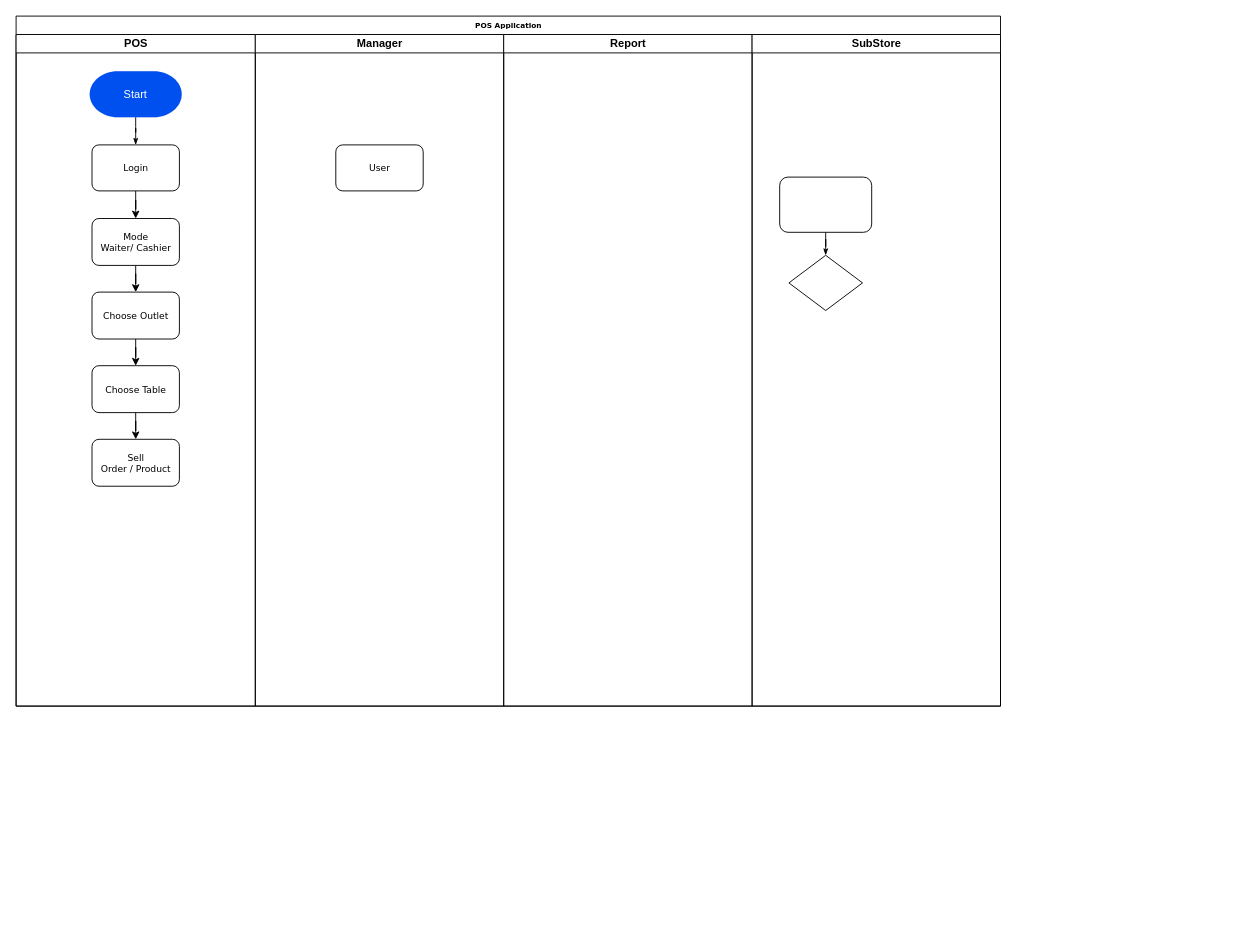
Earlier version of the draw.io diagram แบบแผนที่ยังไม่ได้ตั้งชื่อ.drawio (00Sparda00/POS-Algorithm). Source tidied: cells renumbered, new cells numbered last; positions are measured from the earlier drawing's top-left corner, leaving out a move shared by most shapes. Both pictures are drawn from the tidied source at 92%, with x=0, y=0 at pixel (16, 16).
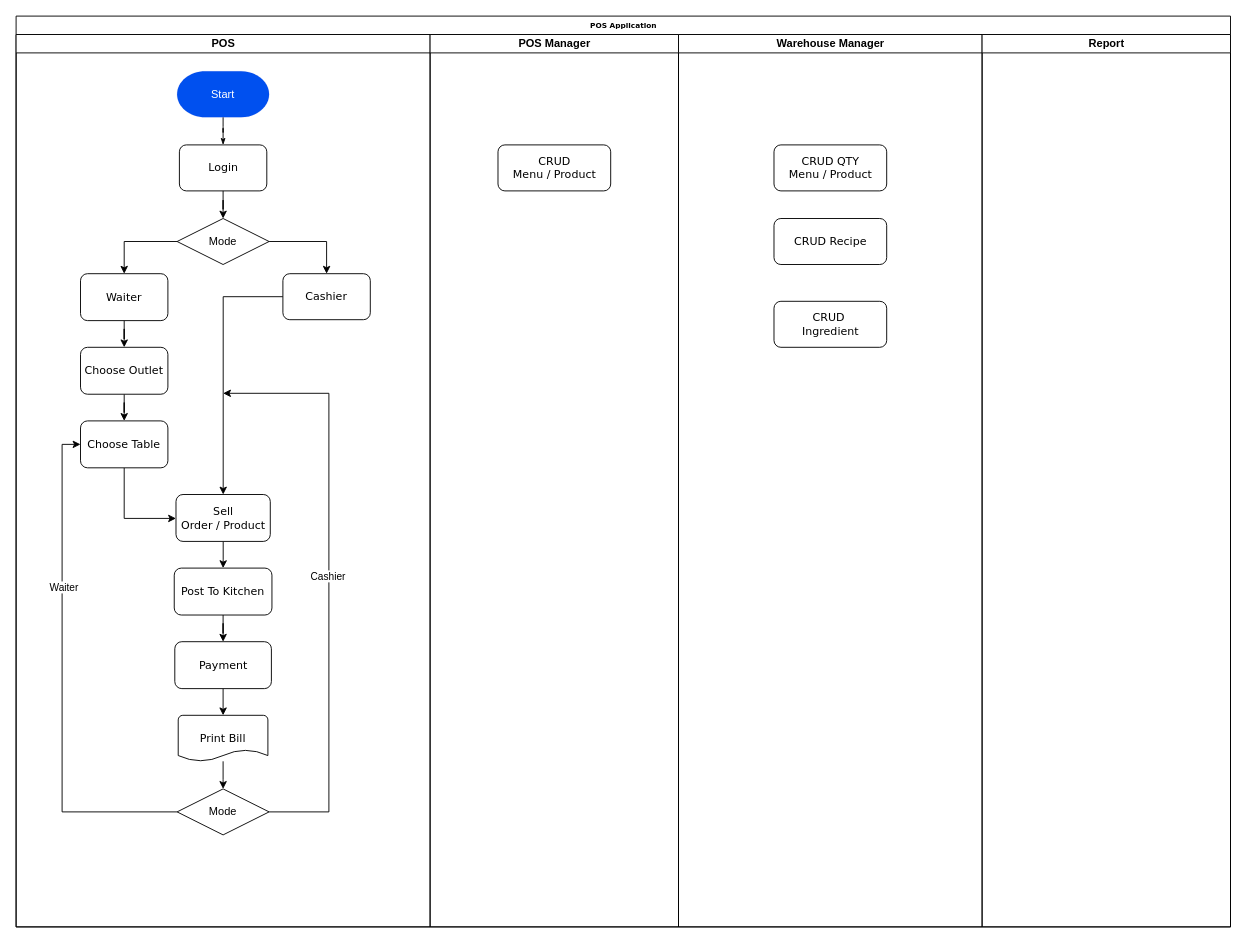
The same page after the edit.

Commit message:
POS Flow Chart

What changed in the source:
```diff
@@
     <mxCell id="2" value="POS Application" style="swimlane;html=1;startSize=20;rounded=0;shadow=0;labelBackgroundColor=none;strokeWidth=1;fontFamily=Verdana;fontSize=8;align=center;" parent="1" vertex="1">
-      <mxGeometry width="1070" height="750" as="geometry" />
+      <mxGeometry width="1320" height="990" as="geometry" />
     </mxCell>
     <mxCell id="3" value="POS" style="swimlane;html=1;startSize=20;" parent="2" vertex="1">
-      <mxGeometry y="20" width="260" height="730" as="geometry" />
+      <mxGeometry y="20" width="450" height="970" as="geometry" />
     </mxCell>
     <mxCell id="4" value="Start" style="strokeWidth=0;html=1;shape=mxgraph.flowchart.terminator;whiteSpace=wrap;fillColor=#0050ef;fontColor=#ffffff;strokeColor=#001DBC;" parent="3" vertex="1">
-      <mxGeometry x="80" y="40" width="100" height="50" as="geometry" />
+      <mxGeometry x="175" y="40" width="100" height="50" as="geometry" />
     </mxCell>
-    <mxCell id="5" style="edgeStyle=orthogonalEdgeStyle;rounded=0;jettySize=auto;html=1;exitX=0.5;exitY=1;exitDx=0;exitDy=0;" parent="3" edge="1" source="14" target="10">
+    <mxCell id="5" style="edgeStyle=orthogonalEdgeStyle;rounded=0;jettySize=auto;html=1;exitX=0.5;exitY=1;exitDx=0;exitDy=0;" parent="3" edge="1" source="24" target="10">
       <mxGeometry relative="1" as="geometry" />
     </mxCell>
-    <mxCell id="6" style="edgeStyle=orthogonalEdgeStyle;rounded=0;jettySize=auto;html=1;" parent="3" edge="1" source="7" target="14">
+    <mxCell id="6" style="edgeStyle=orthogonalEdgeStyle;rounded=0;jettySize=auto;html=1;" parent="3" edge="1" source="31" target="14">
       <mxGeometry relative="1" as="geometry" />
     </mxCell>
-    <mxCell id="7" value="Login" style="rounded=1;whiteSpace=wrap;html=1;shadow=0;labelBackgroundColor=none;strokeWidth=1;fontFamily=Verdana;fontSize=10;align=center;" parent="3" vertex="1">
-      <mxGeometry x="82.5" y="120" width="95" height="50" as="geometry" />
+    <mxCell id="7" value="&lt;font style=&quot;font-size: 12px;&quot;&gt;Login&lt;/font&gt;" style="rounded=1;whiteSpace=wrap;html=1;shadow=0;labelBackgroundColor=none;strokeWidth=1;fontFamily=Verdana;fontSize=10;align=center;" parent="3" vertex="1">
+      <mxGeometry x="177.5" y="120" width="95" height="50" as="geometry" />
     </mxCell>
@@
-    <mxCell id="10" value="Choose Outlet" style="rounded=1;whiteSpace=wrap;html=1;shadow=0;labelBackgroundColor=none;strokeWidth=1;fontFamily=Verdana;fontSize=10;align=center;" parent="3" vertex="1">
-      <mxGeometry x="82.5" y="280" width="95" height="51" as="geometry" />
+    <mxCell id="10" value="Choose Outlet" style="rounded=1;whiteSpace=wrap;html=1;shadow=0;labelBackgroundColor=none;strokeWidth=1;fontFamily=Verdana;fontSize=12;align=center;" parent="3" vertex="1">
+      <mxGeometry x="70" y="340" width="95" height="51" as="geometry" />
     </mxCell>
     <mxCell id="11" style="edgeStyle=orthogonalEdgeStyle;rounded=0;jettySize=auto;html=1;" parent="3" edge="1" source="12" target="13">
-      <mxGeometry relative="1" as="geometry" />
+      <mxGeometry relative="1" as="geometry">
+        <Array as="points">
+          <mxPoint x="118" y="526" />
+        </Array>
+      </mxGeometry>
     </mxCell>
-    <mxCell id="12" value="Choose Table" style="rounded=1;whiteSpace=wrap;html=1;shadow=0;labelBackgroundColor=none;strokeWidth=1;fontFamily=Verdana;fontSize=10;align=center;" parent="3" vertex="1">
-      <mxGeometry x="82.5" y="360" width="95" height="51" as="geometry" />
+    <mxCell id="12" value="Choose Table" style="rounded=1;whiteSpace=wrap;html=1;shadow=0;labelBackgroundColor=none;strokeWidth=1;fontFamily=Verdana;fontSize=12;align=center;" parent="3" vertex="1">
+      <mxGeometry x="70" y="420" width="95" height="51" as="geometry" />
     </mxCell>
+    <mxCell id="22" style="edgeStyle=orthogonalEdgeStyle;rounded=0;jettySize=auto;html=1;entryX=0.5;entryY=0;entryDx=0;entryDy=0;" parent="3" edge="1" source="13" target="38">
+      <mxGeometry relative="1" as="geometry" />
+    </mxCell>
-    <mxCell id="13" value="Sell &lt;br&gt;Order / Product" style="rounded=1;whiteSpace=wrap;html=1;shadow=0;labelBackgroundColor=none;strokeWidth=1;fontFamily=Verdana;fontSize=10;align=center;" parent="3" vertex="1">
-      <mxGeometry x="82.5" y="440" width="95" height="51" as="geometry" />
+    <mxCell id="13" value="Sell &lt;br style=&quot;font-size: 12px;&quot;&gt;Order / Product" style="rounded=1;whiteSpace=wrap;html=1;shadow=0;labelBackgroundColor=none;strokeWidth=1;fontFamily=Verdana;fontSize=12;align=center;" parent="3" vertex="1">
+      <mxGeometry x="173.8" y="500" width="102.5" height="51" as="geometry" />
     </mxCell>
+    <mxCell id="23" style="edgeStyle=orthogonalEdgeStyle;rounded=0;jettySize=auto;html=1;" parent="3" edge="1" source="14" target="13">
+      <mxGeometry relative="1" as="geometry" />
+    </mxCell>
-    <mxCell id="14" value="Mode &lt;br&gt;Waiter/ Cashier" style="rounded=1;whiteSpace=wrap;html=1;shadow=0;labelBackgroundColor=none;strokeWidth=1;fontFamily=Verdana;fontSize=10;align=center;" parent="3" vertex="1">
-      <mxGeometry x="82.5" y="200" width="95" height="51" as="geometry" />
+    <mxCell id="14" value="Cashier" style="rounded=1;whiteSpace=wrap;html=1;shadow=0;labelBackgroundColor=none;strokeWidth=1;fontFamily=Verdana;fontSize=12;align=center;" parent="3" vertex="1">
+      <mxGeometry x="290" y="260" width="95" height="50" as="geometry" />
     </mxCell>
+    <mxCell id="24" value="Waiter" style="rounded=1;whiteSpace=wrap;html=1;shadow=0;labelBackgroundColor=none;strokeWidth=1;fontFamily=Verdana;fontSize=12;align=center;" parent="3" vertex="1">
+      <mxGeometry x="70" y="260" width="95" height="51" as="geometry" />
+    </mxCell>
+    <mxCell id="25" style="edgeStyle=orthogonalEdgeStyle;rounded=0;jettySize=auto;html=1;" parent="3" edge="1" source="26" target="28">
+      <mxGeometry relative="1" as="geometry" />
+    </mxCell>
+    <mxCell id="26" value="Payment" style="rounded=1;whiteSpace=wrap;html=1;shadow=0;labelBackgroundColor=none;strokeWidth=1;fontFamily=Verdana;fontSize=12;align=center;" parent="3" vertex="1">
+      <mxGeometry x="172.5" y="660" width="105" height="51" as="geometry" />
+    </mxCell>
+    <mxCell id="27" style="edgeStyle=orthogonalEdgeStyle;rounded=0;jettySize=auto;html=1;" parent="3" edge="1" source="28" target="36">
+      <mxGeometry relative="1" as="geometry" />
+    </mxCell>
+    <mxCell id="28" value="&lt;font style=&quot;font-size: 12px;&quot;&gt;Print Bill&lt;/font&gt;" style="strokeWidth=1;html=1;shape=mxgraph.flowchart.document2;whiteSpace=wrap;size=0.25;fontFamily=Verdana;fontSize=12;" parent="3" vertex="1">
+      <mxGeometry x="176.2" y="740" width="97.5" height="50" as="geometry" />
+    </mxCell>
+    <mxCell id="29" style="edgeStyle=orthogonalEdgeStyle;rounded=0;jettySize=auto;html=1;" parent="3" edge="1" source="7" target="31">
+      <mxGeometry relative="1" as="geometry" />
+    </mxCell>
+    <mxCell id="30" style="edgeStyle=orthogonalEdgeStyle;rounded=0;jettySize=auto;html=1;exitX=0;exitY=0.5;exitDx=0;exitDy=0;" parent="3" edge="1" source="31" target="24">
+      <mxGeometry relative="1" as="geometry" />
+    </mxCell>
+    <mxCell id="31" value="Mode" style="rhombus;whiteSpace=wrap;html=1;" parent="3" vertex="1">
+      <mxGeometry x="175" y="200" width="100" height="50" as="geometry" />
+    </mxCell>
+    <mxCell id="32" style="edgeStyle=orthogonalEdgeStyle;rounded=0;jettySize=auto;html=1;entryX=0;entryY=0.5;entryDx=0;entryDy=0;" parent="3" edge="1" source="36" target="12">
+      <mxGeometry relative="1" as="geometry" />
+    </mxCell>
+    <mxCell id="33" value="Waiter" style="edgeLabel;html=1;align=center;verticalAlign=middle;" parent="32" vertex="1">
+      <mxGeometry x="-0.66" y="-3" relative="1" as="geometry">
+        <mxPoint x="-31" y="-242" as="offset" />
+      </mxGeometry>
+    </mxCell>
+    <mxCell id="34" style="edgeStyle=orthogonalEdgeStyle;rounded=0;jettySize=auto;html=1;" parent="3" edge="1" source="36">
+      <mxGeometry relative="1" as="geometry">
+        <mxPoint x="225" y="390" as="targetPoint" />
+        <Array as="points">
+          <mxPoint x="340" y="845" />
+          <mxPoint x="340" y="390" />
+        </Array>
+      </mxGeometry>
+    </mxCell>
+    <mxCell id="35" value="Cashier" style="edgeLabel;html=1;align=center;verticalAlign=middle;" parent="34" vertex="1">
+      <mxGeometry x="-0.17" relative="1" as="geometry">
+        <mxPoint x="-2" y="-58" as="offset" />
+      </mxGeometry>
+    </mxCell>
+    <mxCell id="36" value="Mode" style="rhombus;whiteSpace=wrap;html=1;" parent="3" vertex="1">
+      <mxGeometry x="175" y="820" width="100" height="50" as="geometry" />
+    </mxCell>
+    <mxCell id="37" style="edgeStyle=orthogonalEdgeStyle;rounded=0;jettySize=auto;html=1;" parent="3" edge="1" source="38" target="26">
+      <mxGeometry relative="1" as="geometry" />
+    </mxCell>
+    <mxCell id="38" value="Post To Kitchen" style="rounded=1;whiteSpace=wrap;html=1;shadow=0;labelBackgroundColor=none;strokeWidth=1;fontFamily=Verdana;fontSize=12;align=center;" parent="3" vertex="1">
+      <mxGeometry x="171.9" y="580" width="106.2" height="51" as="geometry" />
+    </mxCell>
-    <mxCell id="15" value="Manager" style="swimlane;html=1;startSize=20;" parent="2" vertex="1">
-      <mxGeometry x="260" y="20" width="270" height="730" as="geometry" />
+    <mxCell id="15" value="POS Manager" style="swimlane;html=1;startSize=20;" parent="2" vertex="1">
+      <mxGeometry x="450" y="20" width="270" height="970" as="geometry" />
     </mxCell>
-    <mxCell id="16" value="User" style="rounded=1;whiteSpace=wrap;html=1;shadow=0;labelBackgroundColor=none;strokeWidth=1;fontFamily=Verdana;fontSize=10;align=center;" parent="15" vertex="1">
-      <mxGeometry x="87.5" y="120" width="95" height="50" as="geometry" />
-    </mxCell>
+    <mxCell id="39" value="CRUD&lt;br&gt;Menu / Product" style="rounded=1;whiteSpace=wrap;html=1;shadow=0;labelBackgroundColor=none;strokeWidth=1;fontFamily=Verdana;fontSize=12;align=center;" parent="15" vertex="1">
+      <mxGeometry x="73.8" y="120" width="122.5" height="50" as="geometry" />
+    </mxCell>
+    <mxCell id="18" value="Warehouse Manager" style="swimlane;html=1;startSize=20;" parent="2" vertex="1">
+      <mxGeometry x="720" y="20" width="330" height="970" as="geometry" />
+    </mxCell>
+    <mxCell id="40" value="CRUD QTY&lt;br&gt;Menu / Product" style="rounded=1;whiteSpace=wrap;html=1;shadow=0;labelBackgroundColor=none;strokeWidth=1;fontFamily=Verdana;fontSize=12;align=center;" parent="18" vertex="1">
+      <mxGeometry x="103.8" y="120" width="122.5" height="50" as="geometry" />
+    </mxCell>
+    <mxCell id="41" value="CRUD&amp;nbsp;&lt;br&gt;Ingredient" style="rounded=1;whiteSpace=wrap;html=1;shadow=0;labelBackgroundColor=none;strokeWidth=1;fontFamily=Verdana;fontSize=12;align=center;" parent="18" vertex="1">
+      <mxGeometry x="103.8" y="290" width="122.5" height="50" as="geometry" />
+    </mxCell>
+    <mxCell id="42" value="CRUD Recipe" style="rounded=1;whiteSpace=wrap;html=1;shadow=0;labelBackgroundColor=none;strokeWidth=1;fontFamily=Verdana;fontSize=12;align=center;" parent="18" vertex="1">
+      <mxGeometry x="103.8" y="200" width="122.5" height="50" as="geometry" />
+    </mxCell>
     <mxCell id="17" value="Report" style="swimlane;html=1;startSize=20;" parent="2" vertex="1">
-      <mxGeometry x="530" y="20" width="270" height="730" as="geometry" />
+      <mxGeometry x="1050" y="20" width="270" height="970" as="geometry" />
     </mxCell>
-    <mxCell id="18" value="SubStore" style="swimlane;html=1;startSize=20;" parent="2" vertex="1">
-      <mxGeometry x="800" y="20" width="270" height="730" as="geometry" />
-    </mxCell>
-    <mxCell id="19" style="rounded=1;whiteSpace=wrap;html=1;shadow=0;labelBackgroundColor=none;strokeWidth=1;fontFamily=Verdana;fontSize=8;align=center;" parent="18" vertex="1">
-      <mxGeometry x="30" y="155" width="100" height="60" as="geometry" />
-    </mxCell>
-    <mxCell id="20" style="rhombus;whiteSpace=wrap;html=1;rounded=0;shadow=0;labelBackgroundColor=none;strokeWidth=1;fontFamily=Verdana;fontSize=8;align=center;" parent="18" vertex="1">
-      <mxGeometry x="40" y="240" width="80" height="60" as="geometry" />
-    </mxCell>
-    <mxCell id="21" style="edgeStyle=orthogonalEdgeStyle;rounded=1;html=1;labelBackgroundColor=none;startArrow=none;startFill=0;startSize=5;endArrow=classicThin;endFill=1;endSize=5;jettySize=auto;strokeWidth=1;fontFamily=Verdana;fontSize=8;" parent="18" edge="1" source="19" target="20">
-      <mxGeometry relative="1" as="geometry" />
-    </mxCell>
```
